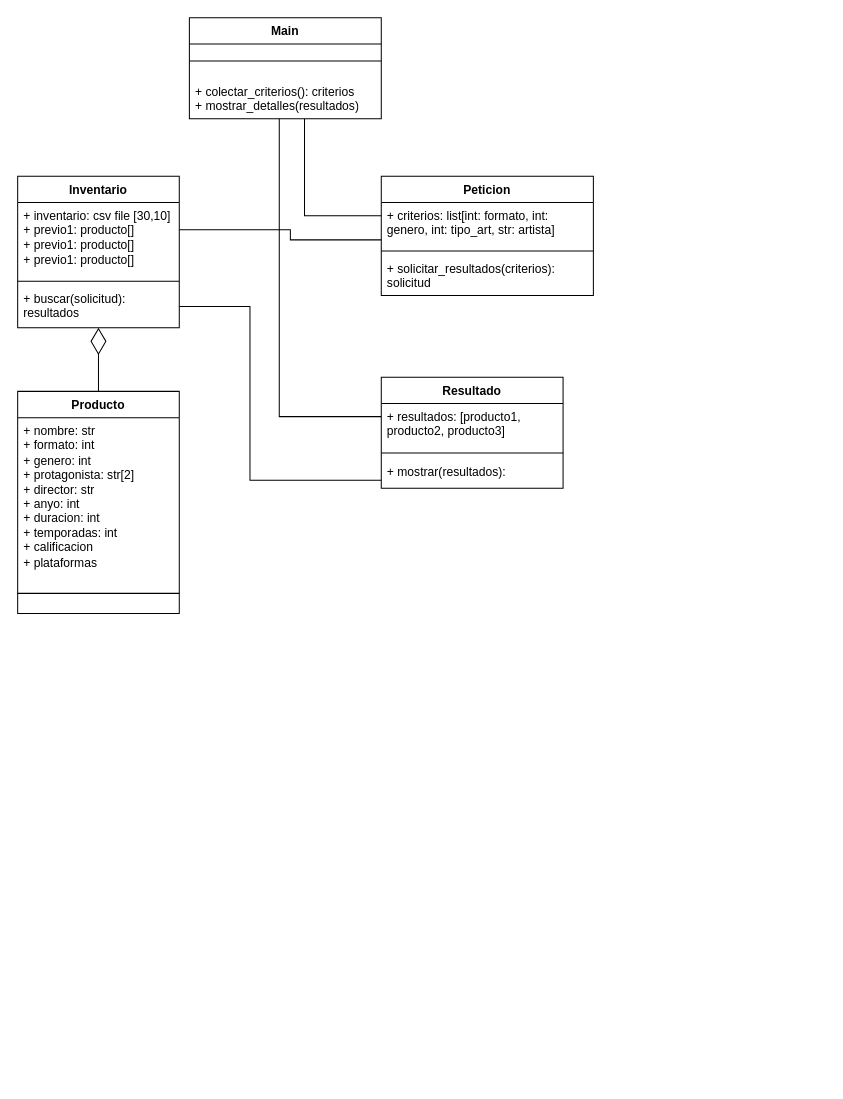
The draw.io diagram page "Diagrama Clases" (2 of 2) of Diagrama Proyecto Final.drawio in arrobaking/Proyecto_Final_intro_progra, before the edit. Source tidied: cells renumbered, new cells numbered last; positions are measured from the earlier drawing's top-left corner, leaving out a move shared by most shapes. Both pictures are drawn from the tidied source at 101%, with x=0, y=0 at pixel (17, 17).
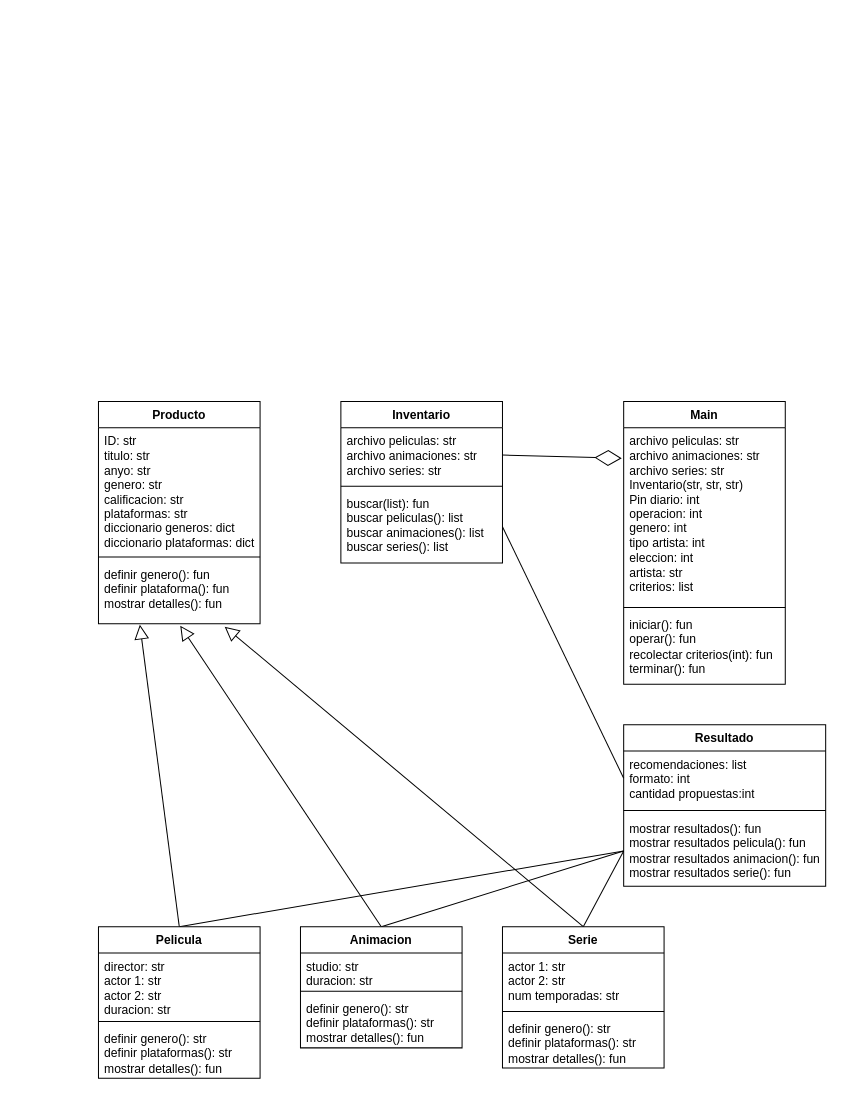
Above is the later version.

Change to the diagram source:
```diff
@@
-    <mxCell id="2" value="Main" style="swimlane;fontStyle=1;align=center;verticalAlign=top;horizontal=1;startSize=26;whiteSpace=wrap;html=1;" parent="1" vertex="1">
-      <mxGeometry x="170" width="190" height="100" as="geometry" />
-    </mxCell>
-    <mxCell id="3" style="line;strokeWidth=1;fillColor=none;align=left;verticalAlign=middle;spacingTop=-1;spacingLeft=3;spacingRight=3;labelPosition=right;strokeColor=inherit;" parent="2" vertex="1">
-      <mxGeometry y="26" width="190" height="34" as="geometry" />
-    </mxCell>
-    <mxCell id="4" value="+ colectar_criterios(): criterios&lt;div&gt;+ mostrar_detalles(resultados)&lt;/div&gt;" style="text;strokeColor=none;fillColor=none;align=left;verticalAlign=top;spacingLeft=4;spacingRight=4;overflow=hidden;points=[[0,0.5],[1,0.5]];portConstraint=eastwest;whiteSpace=wrap;html=1;" parent="2" vertex="1">
-      <mxGeometry y="60" width="190" height="40" as="geometry" />
-    </mxCell>
     <mxCell id="5" value="Resultado" style="swimlane;fontStyle=1;align=center;verticalAlign=top;horizontal=1;startSize=26;whiteSpace=wrap;html=1;" parent="1" vertex="1">
-      <mxGeometry x="360" y="356" width="180" height="110" as="geometry" />
+      <mxGeometry x="600" y="700" width="200" height="160" as="geometry" />
     </mxCell>
-    <mxCell id="6" value="+ resultados: [producto1, producto2, producto3]" style="text;strokeColor=none;fillColor=none;align=left;verticalAlign=top;spacingLeft=4;spacingRight=4;overflow=hidden;points=[[0,0.5],[1,0.5]];portConstraint=eastwest;whiteSpace=wrap;html=1;" parent="5" vertex="1">
-      <mxGeometry y="26" width="180" height="44" as="geometry" />
+    <mxCell id="6" value="recomendaciones: list&lt;div&gt;formato: int&lt;/div&gt;&lt;div&gt;cantidad propuestas:int&lt;/div&gt;" style="text;strokeColor=none;fillColor=none;align=left;verticalAlign=top;spacingLeft=4;spacingRight=4;overflow=hidden;points=[[0,0.5],[1,0.5]];portConstraint=eastwest;whiteSpace=wrap;html=1;" parent="5" vertex="1">
+      <mxGeometry y="26" width="200" height="54" as="geometry" />
     </mxCell>
     <mxCell id="7" style="line;strokeWidth=1;fillColor=none;align=left;verticalAlign=middle;spacingTop=-1;spacingLeft=3;spacingRight=3;labelPosition=right;strokeColor=inherit;" parent="5" vertex="1">
-      <mxGeometry y="70" width="180" height="10" as="geometry" />
+      <mxGeometry y="80" width="200" height="10" as="geometry" />
     </mxCell>
-    <mxCell id="8" value="+ mostrar(resultados):&amp;nbsp;" style="text;strokeColor=none;fillColor=none;align=left;verticalAlign=top;spacingLeft=4;spacingRight=4;overflow=hidden;points=[[0,0.5],[1,0.5]];portConstraint=eastwest;whiteSpace=wrap;html=1;" parent="5" vertex="1">
-      <mxGeometry y="80" width="180" height="30" as="geometry" />
+    <mxCell id="8" value="mostrar resultados(): fun&lt;div&gt;mostrar resultados pelicula(): fun&lt;/div&gt;&lt;div&gt;mostrar resultados animacion(): fun&lt;br&gt;&lt;/div&gt;&lt;div&gt;mostrar resultados serie(): fun&lt;br&gt;&lt;/div&gt;&lt;div&gt;&lt;br&gt;&lt;/div&gt;" style="text;strokeColor=none;fillColor=none;align=left;verticalAlign=top;spacingLeft=4;spacingRight=4;overflow=hidden;points=[[0,0.5],[1,0.5]];portConstraint=eastwest;whiteSpace=wrap;html=1;" parent="5" vertex="1">
+      <mxGeometry y="90" width="200" height="70" as="geometry" />
     </mxCell>
     <mxCell id="9" value="Inventario" style="swimlane;fontStyle=1;align=center;verticalAlign=top;horizontal=1;startSize=26;whiteSpace=wrap;html=1;" parent="1" vertex="1">
-      <mxGeometry y="157" width="160" height="150" as="geometry" />
+      <mxGeometry x="320" y="380" width="160" height="160" as="geometry" />
     </mxCell>
-    <mxCell id="10" value="+ inventario: csv file [30,10]&lt;div&gt;+ previo1: producto[]&lt;/div&gt;&lt;div&gt;+ previo1: producto[]&lt;br&gt;&lt;/div&gt;&lt;div&gt;+ previo1: producto[]&lt;br&gt;&lt;/div&gt;" style="text;strokeColor=none;fillColor=none;align=left;verticalAlign=top;spacingLeft=4;spacingRight=4;overflow=hidden;points=[[0,0.5],[1,0.5]];portConstraint=eastwest;whiteSpace=wrap;html=1;" parent="9" vertex="1">
-      <mxGeometry y="26" width="160" height="74" as="geometry" />
+    <mxCell id="10" value="&lt;div&gt;archivo peliculas: str&lt;/div&gt;&lt;div&gt;&lt;span style=&quot;background-color: initial;&quot;&gt;archivo animaciones: str&lt;/span&gt;&lt;/div&gt;&lt;div&gt;archivo series: str&lt;span style=&quot;background-color: initial;&quot;&gt;&lt;br&gt;&lt;/span&gt;&lt;/div&gt;&lt;div&gt;&lt;br&gt;&lt;/div&gt;" style="text;strokeColor=none;fillColor=none;align=left;verticalAlign=top;spacingLeft=4;spacingRight=4;overflow=hidden;points=[[0,0.5],[1,0.5]];portConstraint=eastwest;whiteSpace=wrap;html=1;" parent="9" vertex="1">
+      <mxGeometry y="26" width="160" height="54" as="geometry" />
     </mxCell>
     <mxCell id="11" style="line;strokeWidth=1;fillColor=none;align=left;verticalAlign=middle;spacingTop=-1;spacingLeft=3;spacingRight=3;labelPosition=right;strokeColor=inherit;" parent="9" vertex="1">
-      <mxGeometry y="100" width="160" height="8" as="geometry" />
+      <mxGeometry y="80" width="160" height="8" as="geometry" />
     </mxCell>
-    <mxCell id="12" value="+ buscar(solicitud): resultados" style="text;strokeColor=none;fillColor=none;align=left;verticalAlign=top;spacingLeft=4;spacingRight=4;overflow=hidden;points=[[0,0.5],[1,0.5]];portConstraint=eastwest;whiteSpace=wrap;html=1;" parent="9" vertex="1">
-      <mxGeometry y="108" width="160" height="42" as="geometry" />
+    <mxCell id="12" value="buscar(list): fun&lt;div&gt;buscar peliculas(): list&lt;/div&gt;&lt;div&gt;buscar animaciones(): list&lt;br&gt;&lt;/div&gt;&lt;div&gt;buscar series(): list&lt;br&gt;&lt;/div&gt;" style="text;strokeColor=none;fillColor=none;align=left;verticalAlign=top;spacingLeft=4;spacingRight=4;overflow=hidden;points=[[0,0.5],[1,0.5]];portConstraint=eastwest;whiteSpace=wrap;html=1;" parent="9" vertex="1">
+      <mxGeometry y="88" width="160" height="72" as="geometry" />
     </mxCell>
+    <mxCell id="25" style="endArrow=block;endFill=0;endSize=12;html=1;rounded=0;exitX=0.5;exitY=0;exitDx=0;exitDy=0;entryX=0.256;entryY=1.016;entryDx=0;entryDy=0;entryPerimeter=0;" parent="1" edge="1" source="39" target="38">
+      <mxGeometry relative="1" as="geometry" />
+    </mxCell>
+    <mxCell id="26" style="endArrow=block;endFill=0;endSize=12;html=1;rounded=0;exitX=0.5;exitY=0;exitDx=0;exitDy=0;entryX=0.506;entryY=1.032;entryDx=0;entryDy=0;entryPerimeter=0;" parent="1" edge="1" source="43" target="38">
+      <mxGeometry relative="1" as="geometry" />
+    </mxCell>
+    <mxCell id="27" style="endArrow=block;endFill=0;endSize=12;html=1;rounded=0;exitX=0.5;exitY=0;exitDx=0;exitDy=0;entryX=0.781;entryY=1.048;entryDx=0;entryDy=0;entryPerimeter=0;" parent="1" edge="1" source="47" target="38">
+      <mxGeometry relative="1" as="geometry" />
+    </mxCell>
+    <mxCell id="2" value="Main" style="swimlane;fontStyle=1;align=center;verticalAlign=top;horizontal=1;startSize=26;whiteSpace=wrap;html=1;" parent="1" vertex="1">
+      <mxGeometry x="600" y="380" width="160" height="280" as="geometry" />
+    </mxCell>
+    <mxCell id="28" value="archivo peliculas: str&lt;div&gt;archivo animaciones: str&lt;/div&gt;&lt;div&gt;archivo series: str&lt;/div&gt;&lt;div&gt;Inventario(str, str, str)&lt;/div&gt;&lt;div&gt;Pin diario: int&lt;/div&gt;&lt;div&gt;operacion: int&lt;/div&gt;&lt;div&gt;genero: int&lt;/div&gt;&lt;div&gt;tipo artista: int&lt;/div&gt;&lt;div&gt;eleccion: int&lt;/div&gt;&lt;div&gt;artista: str&lt;/div&gt;&lt;div&gt;criterios: list&lt;/div&gt;&lt;div&gt;&lt;br&gt;&lt;/div&gt;" style="text;strokeColor=none;fillColor=none;align=left;verticalAlign=top;spacingLeft=4;spacingRight=4;overflow=hidden;points=[[0,0.5],[1,0.5]];portConstraint=eastwest;whiteSpace=wrap;html=1;" parent="2" vertex="1">
+      <mxGeometry y="26" width="160" height="174" as="geometry" />
+    </mxCell>
+    <mxCell id="29" style="line;strokeWidth=1;fillColor=none;align=left;verticalAlign=middle;spacingTop=-1;spacingLeft=3;spacingRight=3;labelPosition=right;strokeColor=inherit;" parent="2" vertex="1">
+      <mxGeometry y="200" width="160" height="8" as="geometry" />
+    </mxCell>
+    <mxCell id="30" value="iniciar(): fun&lt;div&gt;operar(): fun&lt;/div&gt;&lt;div&gt;recolectar criterios(int): fun&lt;/div&gt;&lt;div&gt;terminar(): fun&amp;nbsp;&lt;/div&gt;" style="text;strokeColor=none;fillColor=none;align=left;verticalAlign=top;spacingLeft=4;spacingRight=4;overflow=hidden;whiteSpace=wrap;html=1;" parent="2" vertex="1">
+      <mxGeometry y="208" width="160" height="72" as="geometry" />
+    </mxCell>
+    <mxCell id="31" style="endArrow=diamondThin;endFill=0;endSize=24;html=1;rounded=0;exitX=1;exitY=0.5;exitDx=0;exitDy=0;entryX=-0.012;entryY=0.174;entryDx=0;entryDy=0;entryPerimeter=0;" parent="1" edge="1" source="10" target="28">
+      <mxGeometry relative="1" as="geometry" />
+    </mxCell>
+    <mxCell id="32" style="endArrow=none;html=1;rounded=0;exitX=0.5;exitY=0;exitDx=0;exitDy=0;entryX=0;entryY=0.5;entryDx=0;entryDy=0;" parent="1" edge="1" source="39" target="8">
+      <mxGeometry relative="1" as="geometry" />
+    </mxCell>
+    <mxCell id="33" style="endArrow=none;html=1;rounded=0;exitX=0.5;exitY=0;exitDx=0;exitDy=0;entryX=0;entryY=0.5;entryDx=0;entryDy=0;" parent="1" edge="1" source="43" target="8">
+      <mxGeometry relative="1" as="geometry" />
+    </mxCell>
+    <mxCell id="34" style="endArrow=none;html=1;rounded=0;exitX=0.5;exitY=0;exitDx=0;exitDy=0;entryX=0;entryY=0.5;entryDx=0;entryDy=0;" parent="1" edge="1" source="47" target="8">
+      <mxGeometry relative="1" as="geometry" />
+    </mxCell>
+    <mxCell id="35" style="endArrow=none;html=1;rounded=0;exitX=1;exitY=0.5;exitDx=0;exitDy=0;entryX=0;entryY=0.5;entryDx=0;entryDy=0;" parent="1" edge="1" source="12" target="6">
+      <mxGeometry relative="1" as="geometry" />
+    </mxCell>
     <mxCell id="13" value="Producto" style="swimlane;fontStyle=1;align=center;verticalAlign=top;horizontal=1;startSize=26;whiteSpace=wrap;html=1;" parent="1" vertex="1">
-      <mxGeometry y="370" width="160" height="220" as="geometry" />
+      <mxGeometry x="80" y="380" width="160" height="220" as="geometry" />
     </mxCell>
-    <mxCell id="14" value="+ nombre: str&lt;div&gt;+ formato: int&lt;/div&gt;&lt;div&gt;+ genero: int&lt;/div&gt;&lt;div&gt;+ protagonista: str[2]&lt;/div&gt;&lt;div&gt;+ director: str&lt;/div&gt;&lt;div&gt;+ anyo: int&lt;/div&gt;&lt;div&gt;+ duracion: int&lt;/div&gt;&lt;div&gt;+ temporadas: int&lt;/div&gt;&lt;div&gt;+ calificacion&lt;/div&gt;&lt;div&gt;+ plataformas&lt;/div&gt;" style="text;strokeColor=none;fillColor=none;align=left;verticalAlign=top;spacingLeft=4;spacingRight=4;overflow=hidden;whiteSpace=wrap;html=1;" parent="13" vertex="1">
-      <mxGeometry y="26" width="160" height="154" as="geometry" />
-    </mxCell>
-    <mxCell id="15" style="line;strokeWidth=1;fillColor=none;align=left;verticalAlign=middle;spacingTop=-1;spacingLeft=3;spacingRight=3;labelPosition=right;strokeColor=inherit;" parent="13" vertex="1">
-      <mxGeometry y="180" width="160" height="40" as="geometry" />
-    </mxCell>
-    <mxCell id="16" value="Peticion" style="swimlane;fontStyle=1;align=center;verticalAlign=top;horizontal=1;startSize=26;whiteSpace=wrap;html=1;" parent="1" vertex="1">
-      <mxGeometry x="360" y="157" width="210" height="118" as="geometry" />
-    </mxCell>
-    <mxCell id="17" value="+ criterios: list[int: formato, int: genero, int: tipo_art, str: artista]" style="text;strokeColor=none;fillColor=none;align=left;verticalAlign=top;spacingLeft=4;spacingRight=4;overflow=hidden;points=[[0,0.5],[1,0.5]];portConstraint=eastwest;whiteSpace=wrap;html=1;" parent="16" vertex="1">
-      <mxGeometry y="26" width="210" height="44" as="geometry" />
-    </mxCell>
-    <mxCell id="18" style="line;strokeWidth=1;fillColor=none;align=left;verticalAlign=middle;spacingTop=-1;spacingLeft=3;spacingRight=3;labelPosition=right;strokeColor=inherit;" parent="16" vertex="1">
-      <mxGeometry y="70" width="210" height="8" as="geometry" />
-    </mxCell>
-    <mxCell id="19" value="+ solicitar_resultados(criterios): solicitud" style="text;strokeColor=none;fillColor=none;align=left;verticalAlign=top;spacingLeft=4;spacingRight=4;overflow=hidden;whiteSpace=wrap;html=1;" parent="16" vertex="1">
-      <mxGeometry y="78" width="210" height="40" as="geometry" />
-    </mxCell>
-    <mxCell id="20" style="endArrow=none;html=1;edgeStyle=orthogonalEdgeStyle;rounded=0;" parent="1" edge="1" source="4" target="17">
-      <mxGeometry relative="1" as="geometry">
-        <Array as="points">
-          <mxPoint x="284" y="196" />
-        </Array>
-      </mxGeometry>
-    </mxCell>
-    <mxCell id="21" style="endArrow=none;html=1;edgeStyle=orthogonalEdgeStyle;rounded=0;" parent="1" edge="1" source="4" target="6">
-      <mxGeometry relative="1" as="geometry">
-        <Array as="points">
-          <mxPoint x="259" y="395" />
-        </Array>
-      </mxGeometry>
-    </mxCell>
-    <mxCell id="22" style="endArrow=none;html=1;edgeStyle=orthogonalEdgeStyle;rounded=0;" parent="1" edge="1" source="12" target="8">
-      <mxGeometry relative="1" as="geometry">
-        <Array as="points">
-          <mxPoint x="230" y="286" />
-          <mxPoint x="230" y="458" />
-        </Array>
-      </mxGeometry>
-    </mxCell>
-    <mxCell id="23" style="endArrow=diamondThin;endFill=0;endSize=24;html=1;rounded=0;" parent="1" edge="1" source="13" target="12">
-      <mxGeometry relative="1" as="geometry" />
-    </mxCell>
-    <mxCell id="24" style="endArrow=none;html=1;edgeStyle=orthogonalEdgeStyle;rounded=0;" parent="1" edge="1" source="10" target="17">
-      <mxGeometry relative="1" as="geometry">
-        <Array as="points">
-          <mxPoint x="270" y="210" />
-          <mxPoint x="270" y="220" />
-        </Array>
-      </mxGeometry>
-    </mxCell>
+    <mxCell id="36" value="ID: str&lt;div&gt;titulo: str&lt;/div&gt;&lt;div&gt;anyo: str&lt;br&gt;&lt;div&gt;&lt;span style=&quot;background-color: initial;&quot;&gt;genero: str&lt;/span&gt;&lt;br&gt;&lt;/div&gt;&lt;div&gt;calificacion: str&lt;span style=&quot;background-color: initial;&quot;&gt;&lt;br&gt;&lt;/span&gt;&lt;/div&gt;&lt;div&gt;plataformas: str&lt;/div&gt;&lt;div&gt;diccionario generos: dict&lt;/div&gt;&lt;/div&gt;&lt;div&gt;diccionario plataformas: dict&lt;/div&gt;" style="text;strokeColor=none;fillColor=none;align=left;verticalAlign=top;spacingLeft=4;spacingRight=4;overflow=hidden;whiteSpace=wrap;html=1;" parent="13" vertex="1">
+      <mxGeometry y="26" width="160" height="124" as="geometry" />
+    </mxCell>
+    <mxCell id="37" style="line;strokeWidth=1;fillColor=none;align=left;verticalAlign=middle;spacingTop=-1;spacingLeft=3;spacingRight=3;labelPosition=right;strokeColor=inherit;" parent="13" vertex="1">
+      <mxGeometry y="150" width="160" height="8" as="geometry" />
+    </mxCell>
+    <mxCell id="38" value="definir genero(): fun&lt;div&gt;definir plataforma(): fun&lt;/div&gt;&lt;div&gt;mostrar detalles(): fun&lt;/div&gt;" style="text;strokeColor=none;fillColor=none;align=left;verticalAlign=top;spacingLeft=4;spacingRight=4;overflow=hidden;points=[[0,0.5],[1,0.5]];portConstraint=eastwest;whiteSpace=wrap;html=1;" parent="13" vertex="1">
+      <mxGeometry y="158" width="160" height="62" as="geometry" />
+    </mxCell>
+    <mxCell id="39" value="Pelicula" style="swimlane;fontStyle=1;align=center;verticalAlign=top;horizontal=1;startSize=26;whiteSpace=wrap;html=1;" parent="1" vertex="1">
+      <mxGeometry x="80" y="900" width="160" height="150" as="geometry" />
+    </mxCell>
+    <mxCell id="40" value="director: str&lt;div&gt;actor 1: str&lt;/div&gt;&lt;div&gt;actor 2: str&lt;/div&gt;&lt;div&gt;duracion: str&lt;/div&gt;" style="text;strokeColor=none;fillColor=none;align=left;verticalAlign=top;spacingLeft=4;spacingRight=4;overflow=hidden;whiteSpace=wrap;html=1;" parent="39" vertex="1">
+      <mxGeometry y="26" width="160" height="64" as="geometry" />
+    </mxCell>
+    <mxCell id="41" style="line;strokeWidth=1;fillColor=none;align=left;verticalAlign=middle;spacingTop=-1;spacingLeft=3;spacingRight=3;labelPosition=right;strokeColor=inherit;" parent="39" vertex="1">
+      <mxGeometry y="90" width="160" height="8" as="geometry" />
+    </mxCell>
+    <mxCell id="42" value="definir genero(): str&lt;div&gt;definir plataformas(): str&lt;/div&gt;&lt;div&gt;mostrar detalles(): fun&lt;/div&gt;" style="text;strokeColor=none;fillColor=none;align=left;verticalAlign=top;spacingLeft=4;spacingRight=4;overflow=hidden;whiteSpace=wrap;html=1;" parent="39" vertex="1">
+      <mxGeometry y="98" width="160" height="52" as="geometry" />
+    </mxCell>
+    <mxCell id="43" value="Animacion" style="swimlane;fontStyle=1;align=center;verticalAlign=top;horizontal=1;startSize=26;whiteSpace=wrap;html=1;" parent="1" vertex="1">
+      <mxGeometry x="280" y="900" width="160" height="120" as="geometry" />
+    </mxCell>
+    <mxCell id="44" value="studio: str&lt;div&gt;duracion: str&lt;/div&gt;" style="text;strokeColor=none;fillColor=none;align=left;verticalAlign=top;spacingLeft=4;spacingRight=4;overflow=hidden;whiteSpace=wrap;html=1;" parent="43" vertex="1">
+      <mxGeometry y="26" width="160" height="34" as="geometry" />
+    </mxCell>
+    <mxCell id="45" style="line;strokeWidth=1;fillColor=none;align=left;verticalAlign=middle;spacingTop=-1;spacingLeft=3;spacingRight=3;labelPosition=right;strokeColor=inherit;" parent="43" vertex="1">
+      <mxGeometry y="60" width="160" height="8" as="geometry" />
+    </mxCell>
+    <mxCell id="46" value="definir genero(): str&lt;div&gt;definir plataformas(): str&lt;/div&gt;&lt;div&gt;mostrar detalles(): fun&lt;/div&gt;" style="text;strokeColor=none;fillColor=none;align=left;verticalAlign=top;spacingLeft=4;spacingRight=4;overflow=hidden;whiteSpace=wrap;html=1;" parent="43" vertex="1">
+      <mxGeometry y="68" width="160" height="52" as="geometry" />
+    </mxCell>
+    <mxCell id="47" value="Serie" style="swimlane;fontStyle=1;align=center;verticalAlign=top;horizontal=1;startSize=26;whiteSpace=wrap;html=1;" parent="1" vertex="1">
+      <mxGeometry x="480" y="900" width="160" height="140" as="geometry" />
+    </mxCell>
+    <mxCell id="48" value="&lt;div&gt;actor 1: str&lt;/div&gt;&lt;div&gt;actor 2: str&lt;/div&gt;&lt;div&gt;num temporadas: str&lt;/div&gt;" style="text;strokeColor=none;fillColor=none;align=left;verticalAlign=top;spacingLeft=4;spacingRight=4;overflow=hidden;whiteSpace=wrap;html=1;" parent="47" vertex="1">
+      <mxGeometry y="26" width="160" height="54" as="geometry" />
+    </mxCell>
+    <mxCell id="49" style="line;strokeWidth=1;fillColor=none;align=left;verticalAlign=middle;spacingTop=-1;spacingLeft=3;spacingRight=3;labelPosition=right;strokeColor=inherit;" parent="47" vertex="1">
+      <mxGeometry y="80" width="160" height="8" as="geometry" />
+    </mxCell>
+    <mxCell id="50" value="definir genero(): str&lt;div&gt;definir plataformas(): str&lt;/div&gt;&lt;div&gt;mostrar detalles(): fun&lt;/div&gt;" style="text;strokeColor=none;fillColor=none;align=left;verticalAlign=top;spacingLeft=4;spacingRight=4;overflow=hidden;whiteSpace=wrap;html=1;" parent="47" vertex="1">
+      <mxGeometry y="88" width="160" height="52" as="geometry" />
+    </mxCell>
```
